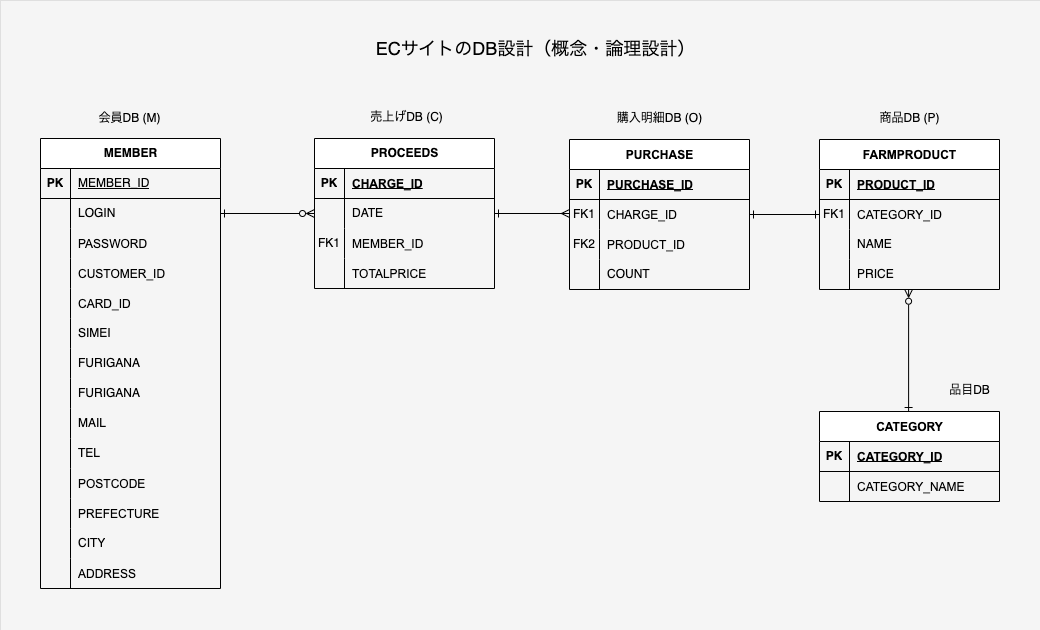
This is diagrams/ER図（DB設計）.drawio.png from yasshy-jp/3kanyama, a draw.io export, as it was before one commit. Source tidied: cells renumbered, new cells last; positions are measured from the earlier drawing's top-left corner, leaving out a move shared by most shapes.
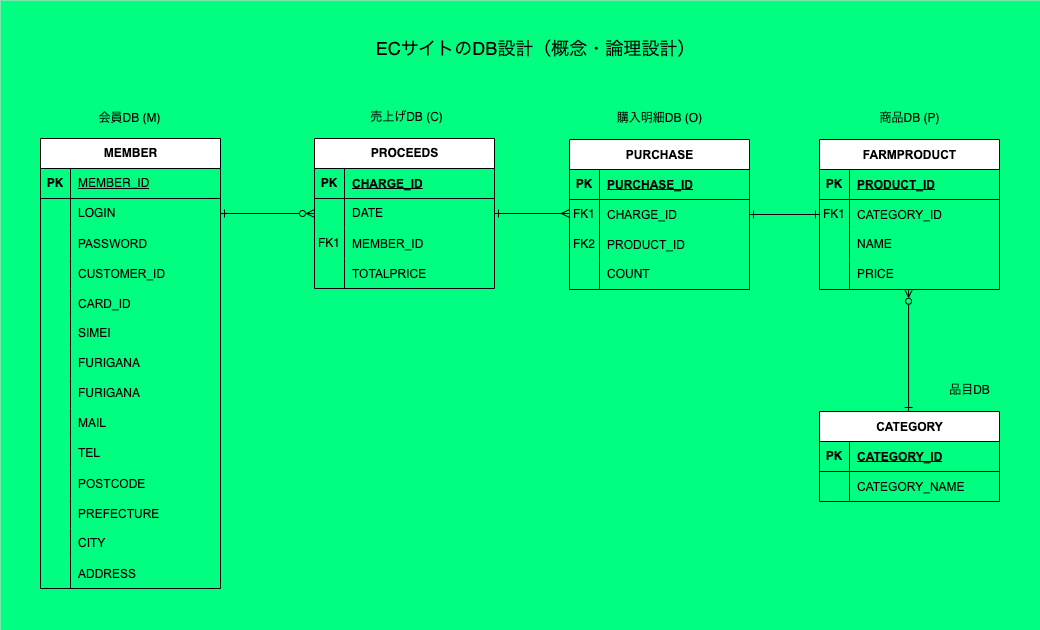
Later version of the same file.

Commit message:
ER図（DB設計）.drawio.png を更新します

What changed in the source:
```diff
@@ -2,7 +2,7 @@
   <root>
     <mxCell id="0" />
     <mxCell id="1" parent="0" />
-    <mxCell id="2" style="rounded=0;whiteSpace=wrap;html=1;strokeWidth=0;strokeColor=#666666;fillColor=#F5F5F5;" parent="1" vertex="1">
+    <mxCell id="2" style="rounded=0;whiteSpace=wrap;html=1;strokeWidth=0;strokeColor=#666666;fillColor=#00FF80;" parent="1" vertex="1">
       <mxGeometry width="1040" height="630" as="geometry" />
     </mxCell>
     <mxCell id="3" value="MEMBER" style="shape=table;startSize=30;rowLines=0;fontStyle=1;align=center;html=1;" parent="1" vertex="1">
```
